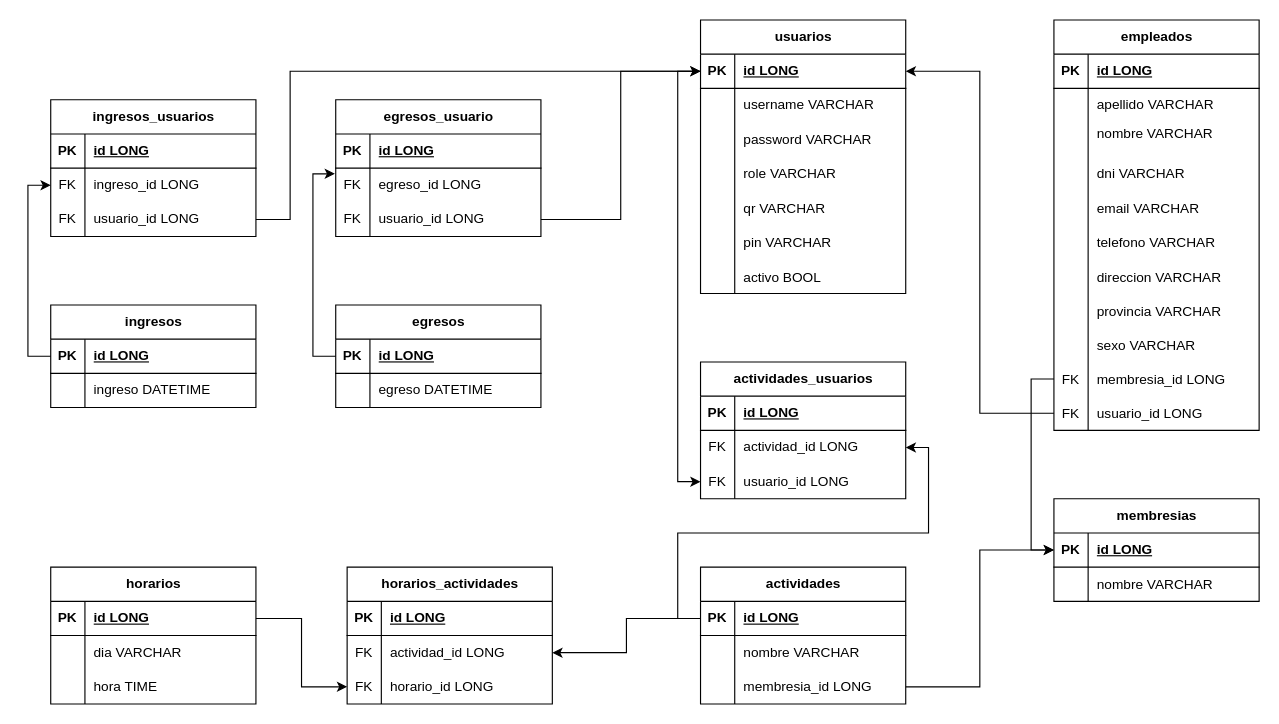
Above: modelo_relacional.drawio in AguilarDev29/KAV_BACK (draw.io), before the change. Source tidied: cells renumbered, new cells numbered last; positions are measured from the earlier drawing's top-left corner, leaving out a move shared by most shapes. Both pictures are drawn from the tidied source at 114%, with x=0, y=0 at pixel (50, 19).
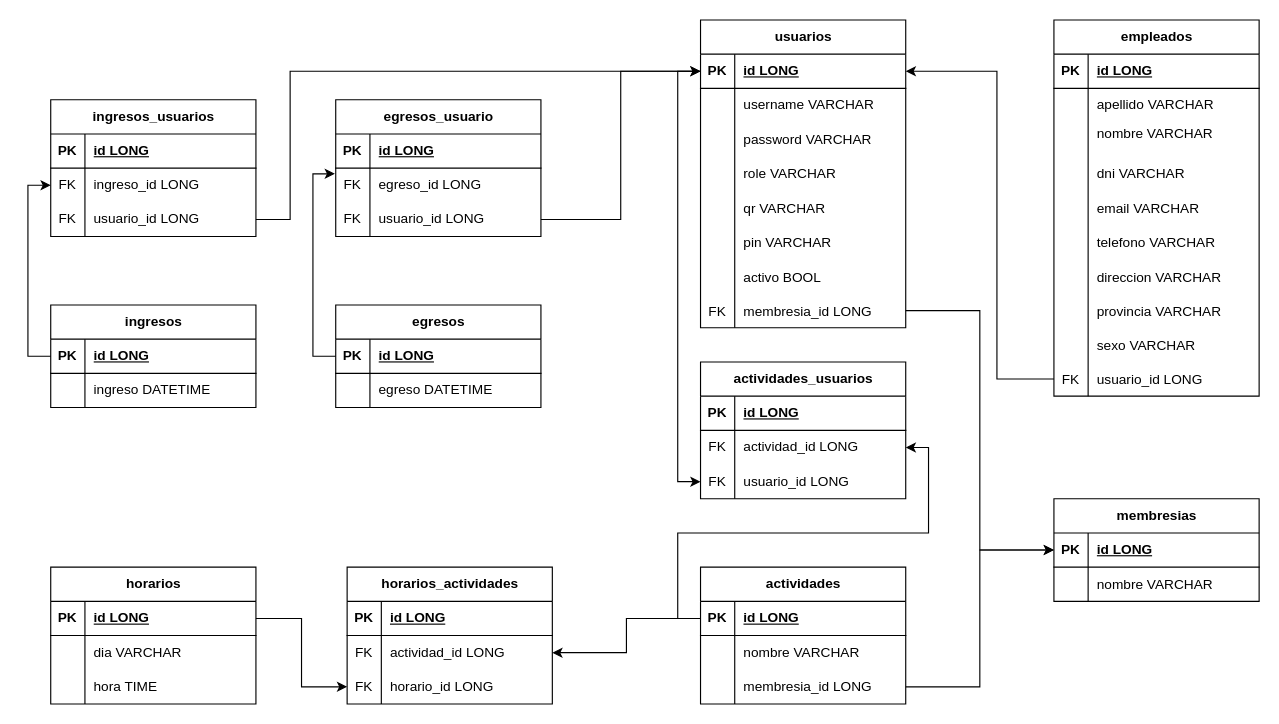
The same page after the edit.

Unchanged cells that the change refers to:
```xml
<mxCell id="37" style="shape=tableRow;horizontal=0;startSize=0;swimlaneHead=0;swimlaneBody=0;fillColor=none;points=[[0,0.5],[1,0.5]];portConstraint=eastwest;top=0;left=0;right=0;bottom=1;" parent="36" vertex="1">
  <mxGeometry y="30" width="180" height="30" as="geometry" />
</mxCell>
<mxCell id="99" style="shape=tableRow;horizontal=0;startSize=0;swimlaneHead=0;swimlaneBody=0;fillColor=none;points=[[0,0.5],[1,0.5]];portConstraint=eastwest;top=0;left=0;right=0;bottom=1;" parent="98" vertex="1">
  <mxGeometry y="30" width="180" height="30" as="geometry" />
</mxCell>
```

Diff of the diagram source:
```diff
@@
     <mxCell id="2" value="empleados" style="shape=table;startSize=30;childLayout=tableLayout;rowLines=0;fontStyle=1;align=center;html=1;" parent="1" vertex="1">
-      <mxGeometry x="880" width="180" height="360" as="geometry" />
+      <mxGeometry x="880" width="180" height="330" as="geometry" />
     </mxCell>
@@
-    <mxCell id="30" style="shape=tableRow;horizontal=0;startSize=0;swimlaneHead=0;swimlaneBody=0;fillColor=none;points=[[0,0.5],[1,0.5]];portConstraint=eastwest;top=0;left=0;right=0;bottom=0;" parent="2" vertex="1">
-      <mxGeometry y="300" width="180" height="30" as="geometry" />
-    </mxCell>
-    <mxCell id="31" value="FK" style="shape=partialRectangle;fillColor=none;top=0;left=0;bottom=0;right=0;overflow=hidden;" parent="30" vertex="1">
-      <mxGeometry width="30" height="30" as="geometry" />
-    </mxCell>
-    <mxCell id="32" value="membresia_id LONG" style="shape=partialRectangle;fillColor=none;top=0;left=0;bottom=0;right=0;align=left;spacingLeft=6;overflow=hidden;" parent="30" vertex="1">
-      <mxGeometry x="30" width="150" height="30" as="geometry" />
-    </mxCell>
     <mxCell id="33" style="shape=tableRow;horizontal=0;startSize=0;swimlaneHead=0;swimlaneBody=0;fillColor=none;points=[[0,0.5],[1,0.5]];portConstraint=eastwest;top=0;left=0;right=0;bottom=0;" parent="2" vertex="1">
-      <mxGeometry y="330" width="180" height="30" as="geometry" />
+      <mxGeometry y="300" width="180" height="30" as="geometry" />
     </mxCell>
@@
     <mxCell id="36" value="usuarios" style="shape=table;startSize=30;childLayout=tableLayout;rowLines=0;fontStyle=1;align=center;html=1;" parent="1" vertex="1">
-      <mxGeometry x="570" width="180" height="240" as="geometry" />
+      <mxGeometry x="570" width="180" height="270" as="geometry" />
     </mxCell>
@@
+    <mxCell id="150" style="shape=tableRow;horizontal=0;startSize=0;swimlaneHead=0;swimlaneBody=0;fillColor=none;points=[[0,0.5],[1,0.5]];portConstraint=eastwest;top=0;left=0;right=0;bottom=0;" parent="36" vertex="1">
+      <mxGeometry y="240" width="180" height="30" as="geometry" />
+    </mxCell>
+    <mxCell id="31" value="FK" style="shape=partialRectangle;fillColor=none;top=0;left=0;bottom=0;right=0;overflow=hidden;" parent="150" vertex="1">
+      <mxGeometry width="30" height="30" as="geometry" />
+    </mxCell>
+    <mxCell id="32" value="membresia_id LONG" style="shape=partialRectangle;fillColor=none;top=0;left=0;bottom=0;right=0;align=left;spacingLeft=6;overflow=hidden;" parent="150" vertex="1">
+      <mxGeometry x="30" width="150" height="30" as="geometry" />
+    </mxCell>
@@
-    <mxCell id="105" style="edgeStyle=orthogonalEdgeStyle;rounded=0;jettySize=auto;html=1;entryX=0;entryY=0.5;entryDx=0;entryDy=0;" parent="1" edge="1" source="30" target="99">
-      <mxGeometry relative="1" as="geometry" />
-    </mxCell>
     <mxCell id="106" style="edgeStyle=orthogonalEdgeStyle;rounded=0;jettySize=auto;html=1;exitX=0;exitY=0.5;exitDx=0;exitDy=0;" parent="1" edge="1" source="33" target="37">
-      <mxGeometry relative="1" as="geometry" />
+      <mxGeometry relative="1" as="geometry">
+        <Array as="points">
+          <mxPoint x="830" y="315" />
+          <mxPoint x="830" y="45" />
+        </Array>
+      </mxGeometry>
     </mxCell>
@@
+    <mxCell id="151" style="edgeStyle=orthogonalEdgeStyle;rounded=0;jettySize=auto;html=1;entryX=0;entryY=0.5;entryDx=0;entryDy=0;" parent="1" edge="1" source="150" target="99">
+      <mxGeometry relative="1" as="geometry" />
+    </mxCell>
```
